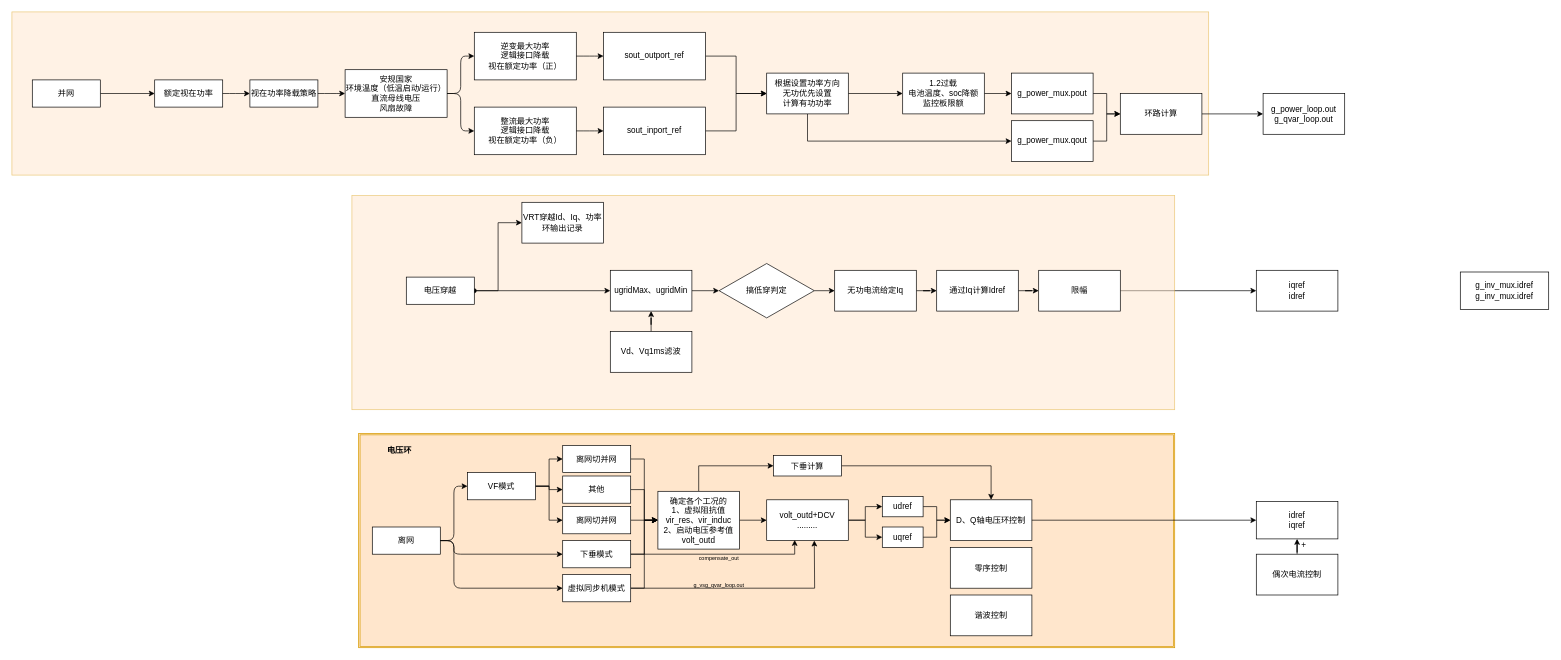
adss666/awesome-guitar keeps this draw.io diagram as 未命名绘图.drawio. Above is the earlier version. Source tidied: cells renumbered, new cells numbered last; positions are measured from the earlier drawing's top-left corner, leaving out a move shared by most shapes. Both pictures are drawn from the tidied source at 68%, with x=0, y=0 at pixel (12, 12).
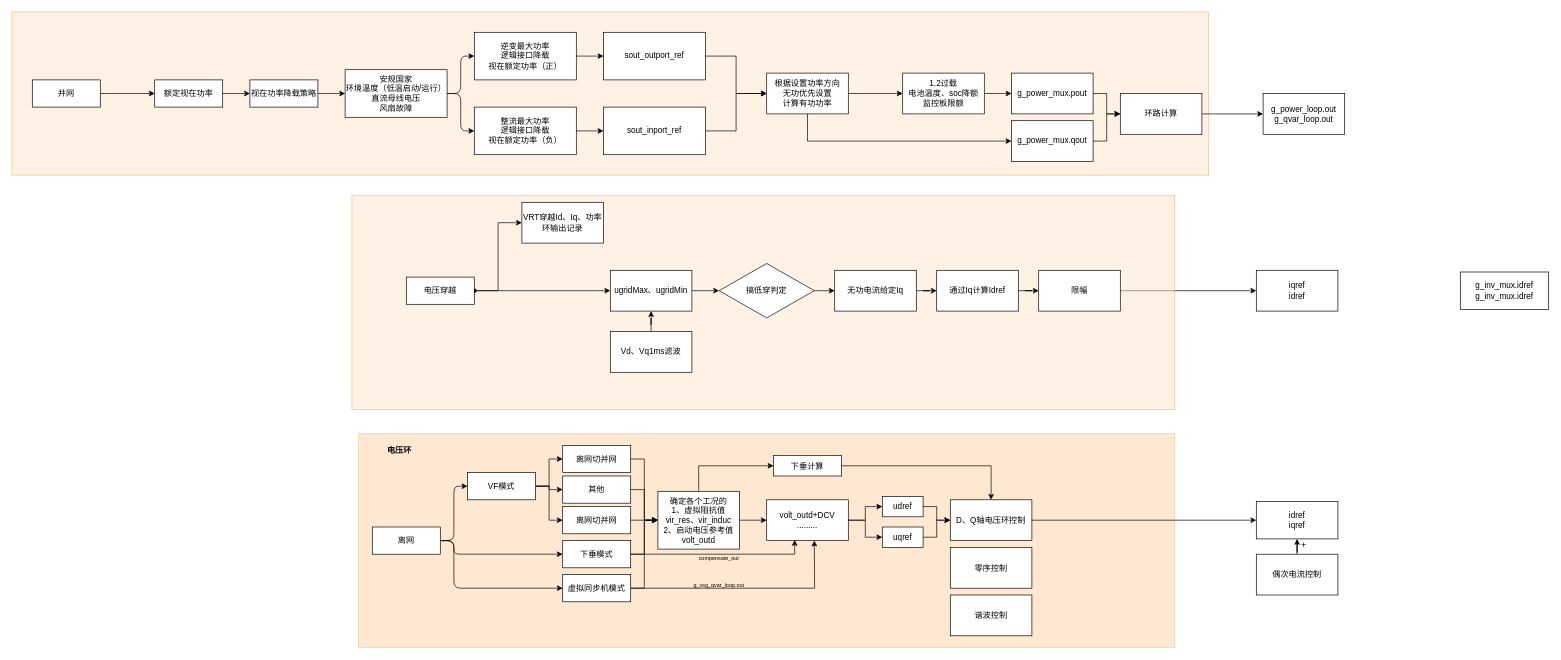
The same page after the edit.

Commit message (it also covers changes not shown here):
更新未命名绘图.drawio

Unchanged cells that the change refers to:
```xml
<mxCell id="2" style="group;opacity=50;opacityGroup=1;fillColor=#ffe6cc;strokeColor=#d79b00;" parent="1" vertex="1">
  <mxGeometry x="510" y="620" width="1200" height="315" as="geometry" />
</mxCell>
```

Change to the diagram source:
```diff
@@
-    <mxCell id="3" style="shape=ext;double=1;rounded=0;whiteSpace=wrap;html=1;textOpacity=50;fillColor=#ffe6cc;strokeColor=#d79b00;align=left;" parent="2" vertex="1">
+    <mxCell id="3" style="shape=ext;double=1;rounded=0;whiteSpace=wrap;html=1;textOpacity=50;fillColor=#ffe6cc;strokeColor=none;align=left;opacity=50;opacityGroup=1;" parent="2" vertex="1">
       <mxGeometry width="1200" height="315" as="geometry" />
     </mxCell>
```
